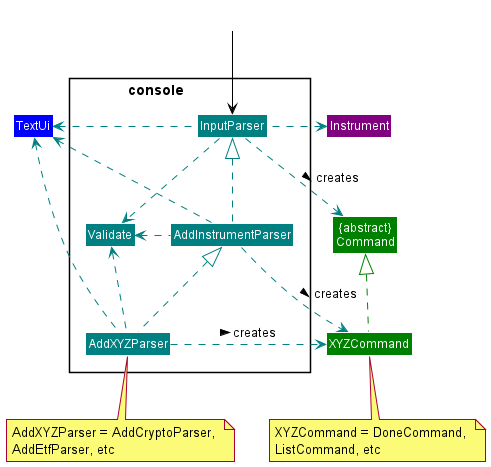
This is docs/images/ConsoleDiagram.png from williamlamjy/mTracker, a PlantUML export, as it was before one commit. The source it was exported from:
```plantuml
@startuml
!include Styles.puml

Package "console                 "<<Rectangle>>{
    Class InputParser COLOR_CONSOLE
    Class AddInstrumentParser COLOR_CONSOLE
    Class AddXYZParser COLOR_CONSOLE
    Class Validate COLOR_CONSOLE
}

Class "{abstract}\nCommand" as Command COLOR_COMMANDS
Class XYZCommand COLOR_COMMANDS
Class TextUi COLOR_UI
Class Instrument COLOR_MODEL

Class outside COLOR_WHITE
outside -down[COLOR_MAIN]-> InputParser
AddInstrumentParser -up[COLOR_CONSOLE].|> InputParser
AddXYZParser -up[COLOR_CONSOLE].|> AddInstrumentParser

InputParser -down[COLOR_CONSOLE].> Validate
AddInstrumentParser -left[COLOR_CONSOLE].> Validate
AddXYZParser -left[COLOR_CONSOLE].> Validate

InputParser -down[COLOR_CONSOLE].> Command : creates >
AddInstrumentParser -right[COLOR_CONSOLE].> XYZCommand : creates >
AddXYZParser -right[COLOR_CONSOLE].> XYZCommand : creates >

InputParser -left[COLOR_CONSOLE].> TextUi
AddInstrumentParser -left[COLOR_CONSOLE].> TextUi
AddXYZParser -left[COLOR_CONSOLE].> TextUi

InputParser -left[COLOR_CONSOLE].> Instrument

note bottom of AddXYZParser: AddXYZParser = AddCryptoParser, \nAddEtfParser, etc

XYZCommand -up[COLOR_COMMANDS].|> Command
note bottom of XYZCommand: XYZCommand = DoneCommand, \nListCommand, etc
@enduml
```
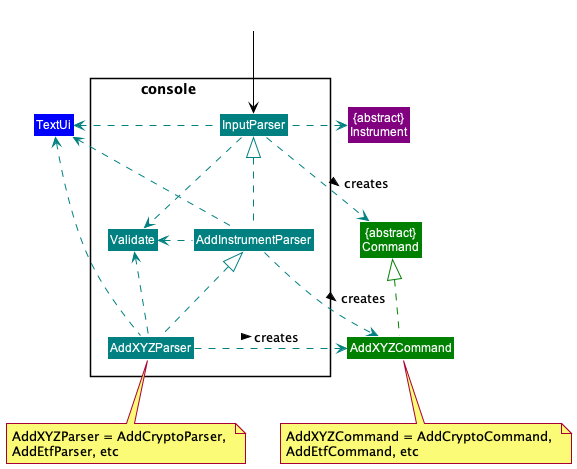
After the change.

The edit, as a diff of the source:
```diff
@@ -9,9 +9,9 @@
 }
 
 Class "{abstract}\nCommand" as Command COLOR_COMMANDS
-Class XYZCommand COLOR_COMMANDS
+Class AddXYZCommand COLOR_COMMANDS
 Class TextUi COLOR_UI
-Class Instrument COLOR_MODEL
+Class "{abstract}\nInstrument" as Instrument COLOR_MODEL
 
 Class outside COLOR_WHITE
 outside -down[COLOR_MAIN]-> InputParser
@@ -23,8 +23,8 @@
 AddXYZParser -left[COLOR_CONSOLE].> Validate
 
 InputParser -down[COLOR_CONSOLE].> Command : creates >
-AddInstrumentParser -right[COLOR_CONSOLE].> XYZCommand : creates >
-AddXYZParser -right[COLOR_CONSOLE].> XYZCommand : creates >
+AddInstrumentParser -right[COLOR_CONSOLE].> AddXYZCommand : creates >
+AddXYZParser -right[COLOR_CONSOLE].> AddXYZCommand : creates >
 
 InputParser -left[COLOR_CONSOLE].> TextUi
 AddInstrumentParser -left[COLOR_CONSOLE].> TextUi
@@ -34,6 +34,6 @@
 
 note bottom of AddXYZParser: AddXYZParser = AddCryptoParser, \nAddEtfParser, etc
 
-XYZCommand -up[COLOR_COMMANDS].|> Command
-note bottom of XYZCommand: XYZCommand = DoneCommand, \nListCommand, etc
+AddXYZCommand -up[COLOR_COMMANDS].|> Command
+note bottom of AddXYZCommand: AddXYZCommand = AddCryptoCommand, \nAddEtfCommand, etc
 @enduml
```
